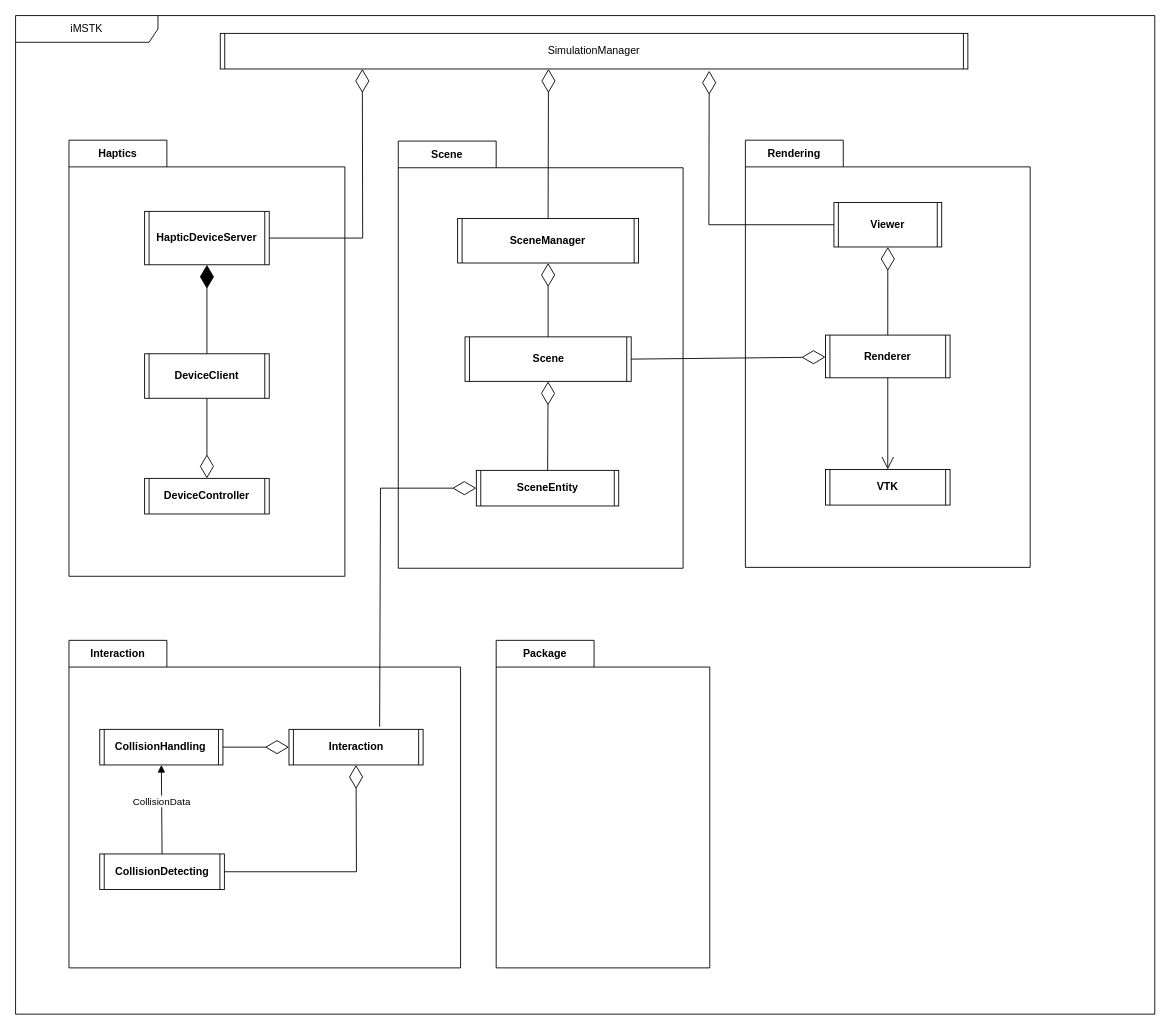
robotics-intelligent-systems/jfxrss keeps this draw.io diagram as CAS/Drawio/Simulation-Manager.drawio. Above is the earlier version. Source tidied: cells renumbered, new cells numbered last; positions are measured from the earlier drawing's top-left corner, leaving out a move shared by most shapes. Both pictures are drawn from the tidied source at 89%, with x=0, y=0 at pixel (15, 15).
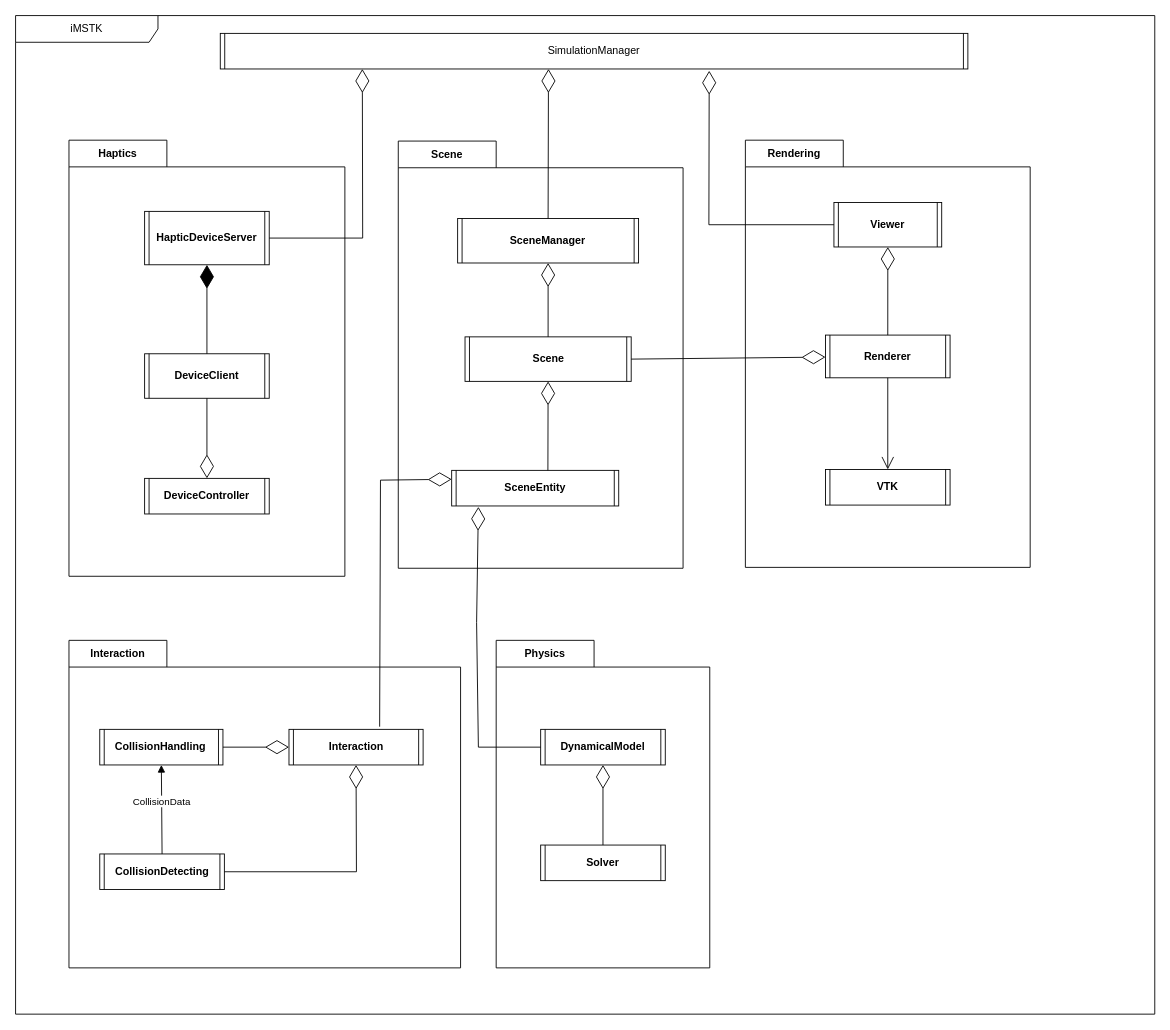
After the change.

Commit message:
[fix] Adding physics package

Unchanged cells that the change refers to:
```xml
<mxCell id="2" value="iMSTK" style="shape=umlFrame;whiteSpace=wrap;html=1;width=160;" parent="1" vertex="1">
  <mxGeometry width="1280" height="1122" as="geometry" />
</mxCell>
<mxCell id="9" value="Scene" style="shape=folder;fontStyle=1;tabWidth=110;tabHeight=30;tabPosition=left;html=1;boundedLbl=1;labelInHeader=1;whiteSpace=wrap;" parent="2" vertex="1">
  <mxGeometry x="430" y="141" width="320" height="480" as="geometry" />
</mxCell>
<mxCell id="11" value="Scene" style="shape=process2;fixedSize=1;size=5;fontStyle=1;html=1;whiteSpace=wrap;" parent="9" vertex="1">
  <mxGeometry x="75" y="220" width="186.7" height="50" as="geometry" />
</mxCell>
<mxCell id="27" value="Interaction" style="shape=process2;fixedSize=1;size=5;fontStyle=1;html=1;whiteSpace=wrap;" parent="26" vertex="1">
  <mxGeometry x="247.2" y="100" width="150.7" height="40" as="geometry" />
</mxCell>
```

Change to the diagram source:
```diff
@@
     <mxCell id="12" value="SceneEntity" style="shape=process2;fixedSize=1;size=5;fontStyle=1;html=1;whiteSpace=wrap;" parent="9" vertex="1">
-      <mxGeometry x="87.7" y="370" width="160" height="40" as="geometry" />
+      <mxGeometry x="60" y="370" width="187.7" height="40" as="geometry" />
     </mxCell>
@@
-    <mxCell id="14" style="endArrow=diamondThin;endFill=0;endSize=24;html=1;rounded=0;entryX=0.5;entryY=1;entryDx=0;entryDy=0;" parent="9" edge="1" source="12" target="11">
+    <mxCell id="14" style="endArrow=diamondThin;endFill=0;endSize=24;html=1;rounded=0;entryX=0.5;entryY=1;entryDx=0;entryDy=0;exitX=0.576;exitY=0;exitDx=0;exitDy=0;exitPerimeter=0;" parent="9" edge="1" source="12" target="11">
       <mxGeometry relative="1" as="geometry" />
     </mxCell>
@@
-    <mxCell id="33" value="Package" style="shape=folder;fontStyle=1;tabWidth=110;tabHeight=30;tabPosition=left;html=1;boundedLbl=1;labelInHeader=1;whiteSpace=wrap;" parent="2" vertex="1">
+    <mxCell id="33" value="Physics" style="shape=folder;fontStyle=1;tabWidth=110;tabHeight=30;tabPosition=left;html=1;boundedLbl=1;labelInHeader=1;whiteSpace=wrap;" parent="2" vertex="1">
       <mxGeometry x="540" y="702" width="240" height="368" as="geometry" />
     </mxCell>
-    <mxCell id="34" style="html=1;strokeColor=none;fillColor=none;whiteSpace=wrap;" parent="33" vertex="1">
-      <mxGeometry width="384" height="257.6" relative="1" as="geometry">
-        <mxPoint y="30" as="offset" />
-      </mxGeometry>
-    </mxCell>
+    <mxCell id="36" value="DynamicalModel" style="shape=process2;fixedSize=1;size=5;fontStyle=1;html=1;whiteSpace=wrap;" parent="33" vertex="1">
+      <mxGeometry x="50" y="100" width="140" height="40" as="geometry" />
+    </mxCell>
+    <mxCell id="37" value="Solver" style="shape=process2;fixedSize=1;size=5;fontStyle=1;html=1;whiteSpace=wrap;" parent="33" vertex="1">
+      <mxGeometry x="50" y="230" width="140" height="40" as="geometry" />
+    </mxCell>
+    <mxCell id="38" style="endArrow=diamondThin;endFill=0;endSize=24;html=1;rounded=0;entryX=0.5;entryY=1;entryDx=0;entryDy=0;exitX=0.5;exitY=0;exitDx=0;exitDy=0;" parent="33" edge="1" source="37" target="36">
+      <mxGeometry relative="1" as="geometry" />
+    </mxCell>
-    <mxCell id="35" style="endArrow=diamondThin;endFill=0;endSize=24;html=1;rounded=0;entryX=0;entryY=0.5;entryDx=0;entryDy=0;exitX=0.676;exitY=-0.075;exitDx=0;exitDy=0;exitPerimeter=0;" parent="2" edge="1" source="27" target="12">
+    <mxCell id="35" style="endArrow=diamondThin;endFill=0;endSize=24;html=1;rounded=0;entryX=0;entryY=0.25;entryDx=0;entryDy=0;exitX=0.676;exitY=-0.075;exitDx=0;exitDy=0;exitPerimeter=0;" parent="2" edge="1" source="27" target="12">
       <mxGeometry relative="1" as="geometry">
         <Array as="points">
-          <mxPoint x="410" y="531" />
+          <mxPoint x="410" y="522" />
         </Array>
       </mxGeometry>
     </mxCell>
+    <mxCell id="39" style="endArrow=diamondThin;endFill=0;endSize=24;html=1;rounded=0;exitX=0;exitY=0.5;exitDx=0;exitDy=0;" parent="2" edge="1" source="36">
+      <mxGeometry relative="1" as="geometry">
+        <mxPoint x="520" y="552" as="targetPoint" />
+        <Array as="points">
+          <mxPoint x="520" y="822" />
+          <mxPoint x="518" y="682" />
+        </Array>
+      </mxGeometry>
+    </mxCell>
```
